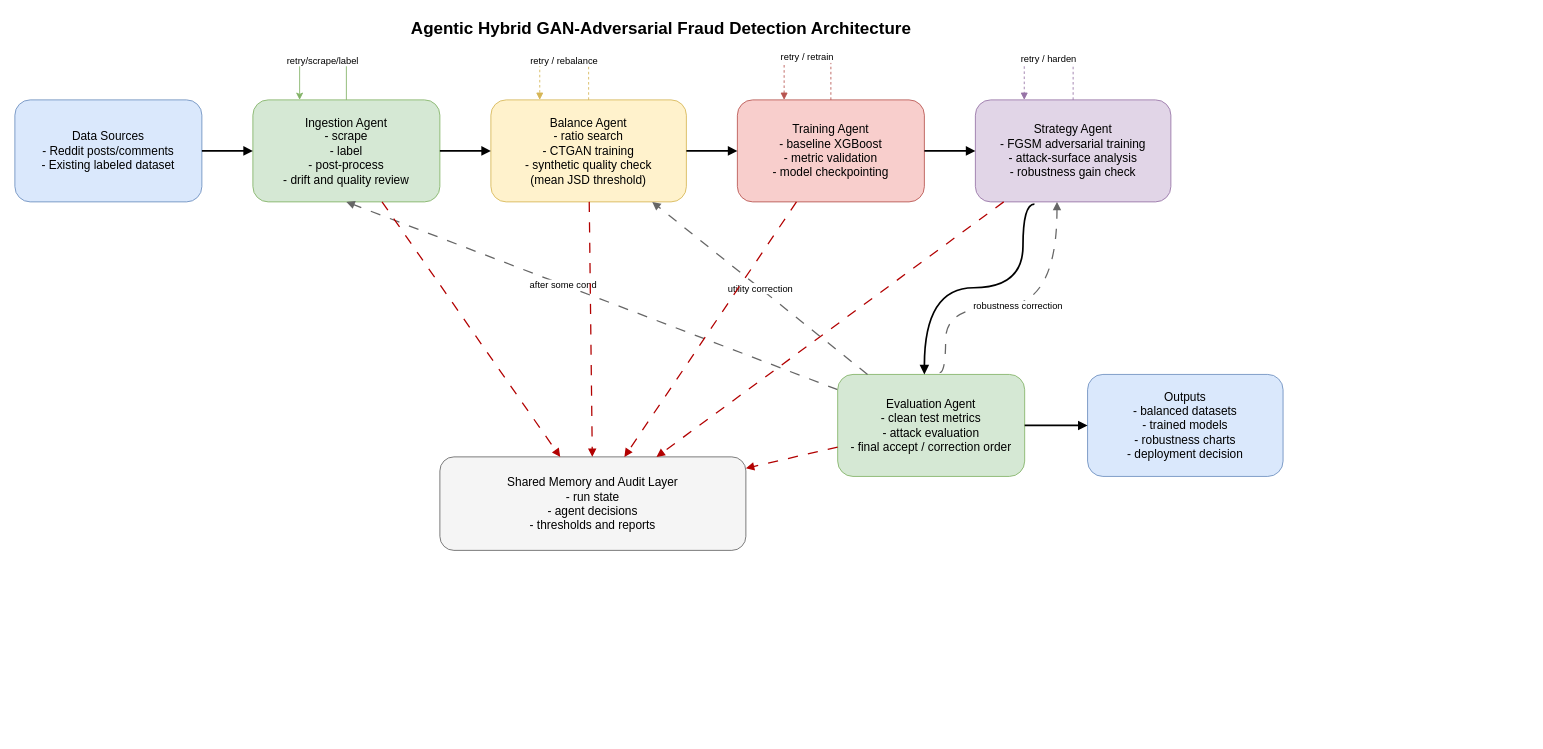
Above: architecture.drawio in ajaysathvik/final-year (draw.io), before the change. Source tidied: cells renumbered, new cells numbered last; positions are measured from the earlier drawing's top-left corner, leaving out a move shared by most shapes. Both pictures are drawn from the tidied source at 85%, with x=0, y=0 at pixel (14, 14).
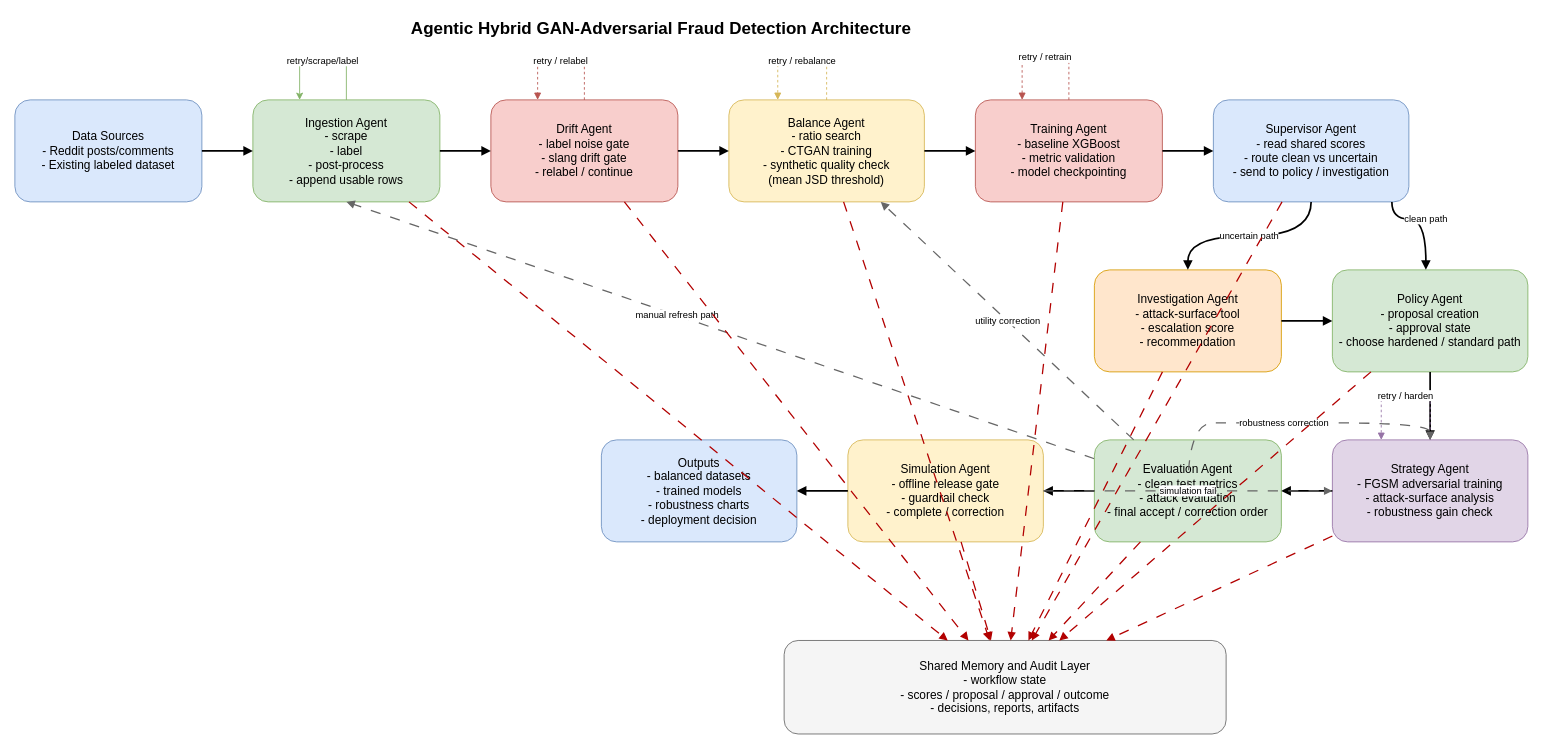
The same page after the edit.

Unchanged cells that the change refers to:
```xml
<mxCell id="8" style="edgeStyle=none;html=1;entryX=0.5;entryY=1;entryDx=0;entryDy=0;dashed=1;dashPattern=8 8;endArrow=block;rounded=0;strokeColor=#666666;strokeWidth=1.5;" parent="1" edge="1" source="10" target="4">
  <mxGeometry relative="1" as="geometry" />
</mxCell>
```

What changed in the source:
```diff
@@
-    <mxCell id="4" value="Ingestion Agent&#10;- scrape&#10;- label&#10;- post-process&#10;- drift and quality review" style="rounded=1;whiteSpace=wrap;html=1;fillColor=#d5e8d4;strokeColor=#82b366;fontSize=14;" parent="1" vertex="1">
+    <mxCell id="4" value="Ingestion Agent&#10;- scrape&#10;- label&#10;- post-process&#10;- append usable rows" style="rounded=1;whiteSpace=wrap;html=1;fillColor=#d5e8d4;strokeColor=#82b366;fontSize=14;" parent="1" vertex="1">
       <mxGeometry x="280" y="100" width="220" height="120" as="geometry" />
     </mxCell>
+    <mxCell id="31" value="Drift Agent&#10;- label noise gate&#10;- slang drift gate&#10;- relabel / continue" style="rounded=1;whiteSpace=wrap;html=1;fillColor=#f8cecc;strokeColor=#b85450;fontSize=14;" parent="1" vertex="1">
+      <mxGeometry x="560" y="100" width="220" height="120" as="geometry" />
+    </mxCell>
     <mxCell id="5" value="Balance Agent&#10;- ratio search&#10;- CTGAN training&#10;- synthetic quality check&#10;(mean JSD threshold)" style="rounded=1;whiteSpace=wrap;html=1;fillColor=#fff2cc;strokeColor=#d6b656;fontSize=14;" parent="1" vertex="1">
-      <mxGeometry x="560" y="100" width="230" height="120" as="geometry" />
+      <mxGeometry x="840" y="100" width="230" height="120" as="geometry" />
     </mxCell>
     <mxCell id="6" value="Training Agent&#10;- baseline XGBoost&#10;- metric validation&#10;- model checkpointing" style="rounded=1;whiteSpace=wrap;html=1;fillColor=#f8cecc;strokeColor=#b85450;fontSize=14;" parent="1" vertex="1">
-      <mxGeometry x="850" y="100" width="220" height="120" as="geometry" />
+      <mxGeometry x="1130" y="100" width="220" height="120" as="geometry" />
     </mxCell>
+    <mxCell id="32" value="Supervisor Agent&#10;- read shared scores&#10;- route clean vs uncertain&#10;- send to policy / investigation" style="rounded=1;whiteSpace=wrap;html=1;fillColor=#dae8fc;strokeColor=#6c8ebf;fontSize=14;" parent="1" vertex="1">
+      <mxGeometry x="1410" y="100" width="230" height="120" as="geometry" />
+    </mxCell>
+    <mxCell id="33" value="Investigation Agent&#10;- attack-surface tool&#10;- escalation score&#10;- recommendation" style="rounded=1;whiteSpace=wrap;html=1;fillColor=#ffe6cc;strokeColor=#d79b00;fontSize=14;" parent="1" vertex="1">
+      <mxGeometry x="1270" y="300" width="220" height="120" as="geometry" />
+    </mxCell>
+    <mxCell id="34" value="Policy Agent&#10;- proposal creation&#10;- approval state&#10;- choose hardened / standard path" style="rounded=1;whiteSpace=wrap;html=1;fillColor=#d5e8d4;strokeColor=#82b366;fontSize=14;" parent="1" vertex="1">
+      <mxGeometry x="1550" y="300" width="230" height="120" as="geometry" />
+    </mxCell>
     <mxCell id="7" value="Strategy Agent&#10;- FGSM adversarial training&#10;- attack-surface analysis&#10;- robustness gain check" style="rounded=1;whiteSpace=wrap;html=1;fillColor=#e1d5e7;strokeColor=#9673a6;fontSize=14;" parent="1" vertex="1">
-      <mxGeometry x="1130" y="100" width="230" height="120" as="geometry" />
+      <mxGeometry x="1550" y="500" width="230" height="120" as="geometry" />
     </mxCell>
@@
-    <mxCell id="9" value="after some cond" style="edgeLabel;html=1;align=center;verticalAlign=middle;" parent="8" vertex="1">
+    <mxCell id="9" value="manual refresh path" style="edgeLabel;html=1;align=center;verticalAlign=middle;" parent="8" vertex="1">
       <mxGeometry x="0.12" relative="1" as="geometry">
         <mxPoint x="1" as="offset" />
       </mxGeometry>
     </mxCell>
     <mxCell id="10" value="Evaluation Agent&#10;- clean test metrics&#10;- attack evaluation&#10;- final accept / correction order" style="rounded=1;whiteSpace=wrap;html=1;fillColor=#d5e8d4;strokeColor=#82b366;fontSize=14;" parent="1" vertex="1">
-      <mxGeometry x="968" y="423" width="220" height="120" as="geometry" />
+      <mxGeometry x="1270" y="500" width="220" height="120" as="geometry" />
     </mxCell>
+    <mxCell id="35" value="Simulation Agent&#10;- offline release gate&#10;- guardrail check&#10;- complete / correction" style="rounded=1;whiteSpace=wrap;html=1;fillColor=#fff2cc;strokeColor=#d6b656;fontSize=14;" parent="1" vertex="1">
+      <mxGeometry x="980" y="500" width="230" height="120" as="geometry" />
+    </mxCell>
     <mxCell id="11" value="Outputs&#10;- balanced datasets&#10;- trained models&#10;- robustness charts&#10;- deployment decision" style="rounded=1;whiteSpace=wrap;html=1;fillColor=#dae8fc;strokeColor=#6c8ebf;fontSize=14;" parent="1" vertex="1">
-      <mxGeometry x="1262" y="423" width="230" height="120" as="geometry" />
+      <mxGeometry x="690" y="500" width="230" height="120" as="geometry" />
     </mxCell>
-    <mxCell id="12" value="Shared Memory and Audit Layer&#10;- run state&#10;- agent decisions&#10;- thresholds and reports" style="rounded=1;whiteSpace=wrap;html=1;fillColor=#f5f5f5;strokeColor=#666666;fontSize=14;" parent="1" vertex="1">
-      <mxGeometry x="500" y="520" width="360" height="110" as="geometry" />
+    <mxCell id="12" value="Shared Memory and Audit Layer&#10;- workflow state&#10;- scores / proposal / approval / outcome&#10;- decisions, reports, artifacts" style="rounded=1;whiteSpace=wrap;html=1;fillColor=#f5f5f5;strokeColor=#666666;fontSize=14;" parent="1" vertex="1">
+      <mxGeometry x="905" y="736" width="520" height="110" as="geometry" />
     </mxCell>
@@
-    <mxCell id="14" style="endArrow=block;html=1;rounded=0;strokeWidth=2;" parent="1" edge="1" source="4" target="5">
+    <mxCell id="14" style="endArrow=block;html=1;rounded=0;strokeWidth=2;" parent="1" edge="1" source="4" target="31">
       <mxGeometry relative="1" as="geometry" />
     </mxCell>
+    <mxCell id="36" style="endArrow=block;html=1;rounded=0;strokeWidth=2;" parent="1" edge="1" source="31" target="5">
+      <mxGeometry relative="1" as="geometry" />
+    </mxCell>
@@
-    <mxCell id="16" style="endArrow=block;html=1;rounded=0;strokeWidth=2;" parent="1" edge="1" source="6" target="7">
+    <mxCell id="16" style="endArrow=block;html=1;rounded=0;strokeWidth=2;" parent="1" edge="1" source="6" target="32">
       <mxGeometry relative="1" as="geometry" />
     </mxCell>
+    <mxCell id="37" value="clean path" style="endArrow=block;html=1;rounded=1;strokeWidth=2;curved=1;edgeStyle=orthogonalEdgeStyle;" parent="1" edge="1" source="32" target="34">
+      <mxGeometry relative="1" as="geometry">
+        <Array as="points">
+          <mxPoint x="1620" y="240" />
+          <mxPoint x="1660" y="270" />
+        </Array>
+      </mxGeometry>
+    </mxCell>
+    <mxCell id="38" value="uncertain path" style="endArrow=block;html=1;rounded=1;strokeWidth=2;curved=1;edgeStyle=orthogonalEdgeStyle;" parent="1" edge="1" source="32" target="33">
+      <mxGeometry relative="1" as="geometry" />
+    </mxCell>
+    <mxCell id="39" style="endArrow=block;html=1;rounded=0;strokeWidth=2;" parent="1" edge="1" source="33" target="34">
+      <mxGeometry relative="1" as="geometry" />
+    </mxCell>
-    <mxCell id="17" style="endArrow=block;html=1;rounded=1;strokeWidth=2;curved=1;edgeStyle=orthogonalEdgeStyle;exitX=0.302;exitY=1.022;exitDx=0;exitDy=0;exitPerimeter=0;" parent="1" edge="1" source="7" target="10">
+    <mxCell id="17" style="endArrow=block;html=1;rounded=1;strokeWidth=2;curved=1;edgeStyle=orthogonalEdgeStyle;" parent="1" edge="1" source="34" target="7">
       <mxGeometry relative="1" as="geometry">
         <Array as="points">
-          <mxPoint x="1186" y="223" />
-          <mxPoint x="1186" y="321" />
-          <mxPoint x="1070" y="321" />
+          <mxPoint x="1665" y="440" />
+          <mxPoint x="1665" y="470" />
         </Array>
       </mxGeometry>
     </mxCell>
+    <mxCell id="40" style="endArrow=block;html=1;rounded=0;strokeWidth=2;" parent="1" edge="1" source="7" target="10">
+      <mxGeometry relative="1" as="geometry" />
+    </mxCell>
-    <mxCell id="18" style="endArrow=block;html=1;rounded=0;strokeWidth=2;" parent="1" edge="1" source="10" target="11">
+    <mxCell id="18" style="endArrow=block;html=1;rounded=0;strokeWidth=2;" parent="1" edge="1" source="10" target="35">
       <mxGeometry relative="1" as="geometry" />
     </mxCell>
+    <mxCell id="41" style="endArrow=block;html=1;rounded=0;strokeWidth=2;" parent="1" edge="1" source="35" target="11">
+      <mxGeometry relative="1" as="geometry" />
+    </mxCell>
+    <mxCell id="42" value="retry / relabel" style="edgeStyle=orthogonalEdgeStyle;rounded=0;orthogonalLoop=1;jettySize=auto;html=1;endArrow=block;dashed=1;strokeColor=#b85450;exitX=0.5;exitY=0;exitDx=0;exitDy=0;entryX=0.25;entryY=0;entryDx=0;entryDy=0;" parent="1" edge="1" source="31" target="31">
+      <mxGeometry relative="1" as="geometry">
+        <Array as="points">
+          <mxPoint x="668" y="54" />
+          <mxPoint x="612" y="54" />
+        </Array>
+      </mxGeometry>
+    </mxCell>
     <mxCell id="19" value="retry / rebalance" style="edgeStyle=orthogonalEdgeStyle;rounded=0;orthogonalLoop=1;jettySize=auto;html=1;endArrow=block;dashed=1;strokeColor=#d6b656;exitX=0.5;exitY=0;exitDx=0;exitDy=0;entryX=0.25;entryY=0;entryDx=0;entryDy=0;" parent="1" edge="1" source="5" target="5">
       <mxGeometry relative="1" as="geometry">
         <Array as="points">
-          <mxPoint x="675" y="54" />
-          <mxPoint x="618" y="54" />
+          <mxPoint x="955" y="54" />
+          <mxPoint x="898" y="54" />
         </Array>
       </mxGeometry>
     </mxCell>
     <mxCell id="20" value="retry / retrain" style="edgeStyle=orthogonalEdgeStyle;rounded=0;orthogonalLoop=1;jettySize=auto;html=1;endArrow=block;dashed=1;strokeColor=#b85450;exitX=0.5;exitY=0;exitDx=0;exitDy=0;entryX=0.25;entryY=0;entryDx=0;entryDy=0;" parent="1" edge="1" source="6" target="6">
       <mxGeometry relative="1" as="geometry">
         <Array as="points">
-          <mxPoint x="960" y="50" />
-          <mxPoint x="905" y="50" />
+          <mxPoint x="1240" y="50" />
+          <mxPoint x="1185" y="50" />
         </Array>
       </mxGeometry>
     </mxCell>
     <mxCell id="21" value="retry / harden" style="edgeStyle=orthogonalEdgeStyle;rounded=0;orthogonalLoop=1;jettySize=auto;html=1;endArrow=block;dashed=1;strokeColor=#9673a6;exitX=0.5;exitY=0;exitDx=0;exitDy=0;entryX=0.25;entryY=0;entryDx=0;entryDy=0;" parent="1" edge="1" source="7" target="7">
       <mxGeometry relative="1" as="geometry">
         <Array as="points">
-          <mxPoint x="1245" y="52" />
-          <mxPoint x="1188" y="52" />
+          <mxPoint x="1665" y="448" />
+          <mxPoint x="1608" y="448" />
         </Array>
       </mxGeometry>
     </mxCell>
@@
     <mxCell id="23" value="robustness correction" style="endArrow=block;html=1;rounded=0;strokeWidth=1.5;dashed=1;strokeColor=#666666;edgeStyle=orthogonalEdgeStyle;curved=1;dashPattern=8 8;" parent="1" edge="1" target="7">
       <mxGeometry relative="1" as="geometry">
-        <mxPoint x="1088" y="421" as="sourcePoint" />
+        <mxPoint x="1380" y="560" as="sourcePoint" />
         <Array as="points">
-          <mxPoint x="1095" y="421" />
-          <mxPoint x="1095" y="343" />
-          <mxPoint x="1226" y="343" />
+          <mxPoint x="1380" y="480" />
+          <mxPoint x="1440" y="480" />
+          <mxPoint x="1550" y="480" />
         </Array>
       </mxGeometry>
     </mxCell>
+    <mxCell id="43" value="simulation fail" style="endArrow=block;html=1;rounded=0;strokeWidth=1.5;dashed=1;strokeColor=#666666;dashPattern=8 8;" parent="1" edge="1" source="35" target="7">
+      <mxGeometry relative="1" as="geometry" />
+    </mxCell>
@@
+    <mxCell id="44" style="endArrow=block;html=1;rounded=0;strokeWidth=1.5;dashed=1;strokeColor=#B20000;dashPattern=8 8;fillColor=#e51400;" parent="1" edge="1" source="31" target="12">
+      <mxGeometry relative="1" as="geometry" />
+    </mxCell>
@@
+    <mxCell id="45" style="endArrow=block;html=1;rounded=0;strokeWidth=1.5;dashed=1;strokeColor=#B20000;dashPattern=8 8;fillColor=#e51400;" parent="1" edge="1" source="32" target="12">
+      <mxGeometry relative="1" as="geometry" />
+    </mxCell>
+    <mxCell id="46" style="endArrow=block;html=1;rounded=0;strokeWidth=1.5;dashed=1;strokeColor=#B20000;dashPattern=8 8;fillColor=#e51400;" parent="1" edge="1" source="33" target="12">
+      <mxGeometry relative="1" as="geometry" />
+    </mxCell>
+    <mxCell id="47" style="endArrow=block;html=1;rounded=0;strokeWidth=1.5;dashed=1;strokeColor=#B20000;dashPattern=8 8;fillColor=#e51400;" parent="1" edge="1" source="34" target="12">
+      <mxGeometry relative="1" as="geometry" />
+    </mxCell>
@@
+    <mxCell id="48" style="endArrow=block;html=1;rounded=0;strokeWidth=1.5;dashed=1;strokeColor=#B20000;dashPattern=8 8;fillColor=#e51400;" parent="1" edge="1" source="35" target="12">
+      <mxGeometry relative="1" as="geometry" />
+    </mxCell>
```
